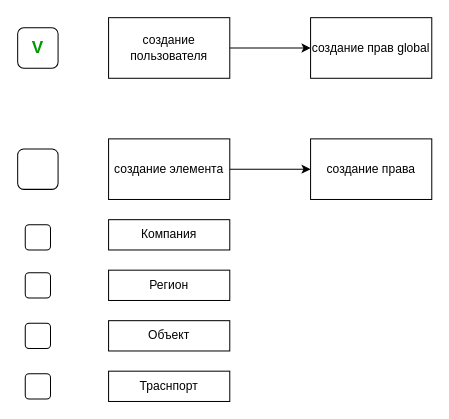
GrigoryGriko/astro_checklist keeps this draw.io diagram as Управление правами.drawio. Above is the earlier version. Source tidied: cells renumbered, new cells numbered last; positions are measured from the earlier drawing's top-left corner, leaving out a move shared by most shapes. Both pictures are drawn from the tidied source at 101%, with x=0, y=0 at pixel (17, 17).
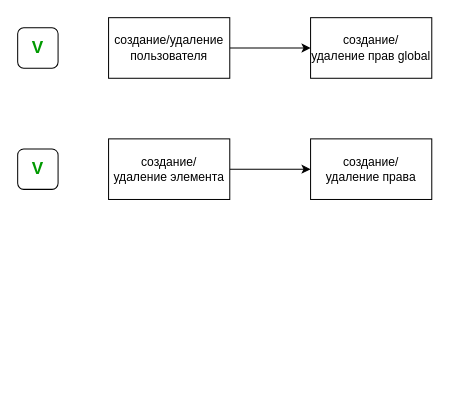
After the change.

Diff of the diagram source:
```diff
@@
 <mxGraphModel>
   <root>
     <mxCell id="0" />
     <mxCell id="1" parent="0" />
     <mxCell id="2" style="edgeStyle=orthogonalEdgeStyle;rounded=0;jettySize=auto;html=1;" parent="1" edge="1" source="3" target="4">
       <mxGeometry relative="1" as="geometry" />
     </mxCell>
-    <mxCell id="3" value="создание пользователя" style="whiteSpace=wrap;html=1;rounded=0;" parent="1" vertex="1">
+    <mxCell id="3" value="создание/удаление пользователя" style="whiteSpace=wrap;html=1;rounded=0;" parent="1" vertex="1">
       <mxGeometry x="90" width="120" height="60" as="geometry" />
     </mxCell>
-    <mxCell id="4" value="создание прав global" style="whiteSpace=wrap;html=1;rounded=0;" parent="1" vertex="1">
+    <mxCell id="4" value="создание/удаление&amp;nbsp;прав global" style="whiteSpace=wrap;html=1;rounded=0;" parent="1" vertex="1">
       <mxGeometry x="290" width="120" height="60" as="geometry" />
     </mxCell>
     <mxCell id="5" style="edgeStyle=orthogonalEdgeStyle;rounded=0;jettySize=auto;html=1;" parent="1" edge="1" source="6" target="7">
       <mxGeometry relative="1" as="geometry" />
     </mxCell>
-    <mxCell id="6" value="создание элемента" style="rounded=0;whiteSpace=wrap;html=1;" parent="1" vertex="1">
+    <mxCell id="6" value="создание/удаление&amp;nbsp;элемента" style="rounded=0;whiteSpace=wrap;html=1;" parent="1" vertex="1">
       <mxGeometry x="90" y="120" width="120" height="60" as="geometry" />
     </mxCell>
-    <mxCell id="7" value="создание права" style="whiteSpace=wrap;html=1;rounded=0;" parent="1" vertex="1">
+    <mxCell id="7" value="создание/удаление&amp;nbsp;права" style="whiteSpace=wrap;html=1;rounded=0;" parent="1" vertex="1">
       <mxGeometry x="290" y="120" width="120" height="60" as="geometry" />
     </mxCell>
     <mxCell id="8" value="&lt;b&gt;&lt;font color=&quot;#009900&quot; style=&quot;font-size: 17px;&quot;&gt;V&lt;/font&gt;&lt;/b&gt;" style="rounded=1;whiteSpace=wrap;html=1;" parent="1" vertex="1">
       <mxGeometry y="10" width="40" height="40" as="geometry" />
     </mxCell>
-    <mxCell id="9" style="rounded=1;whiteSpace=wrap;html=1;" parent="1" vertex="1">
+    <mxCell id="9" value="&lt;b&gt;&lt;font style=&quot;font-size: 17px;&quot; color=&quot;#009900&quot;&gt;V&lt;/font&gt;&lt;/b&gt;" style="rounded=1;whiteSpace=wrap;html=1;" parent="1" vertex="1">
       <mxGeometry y="130" width="40" height="40" as="geometry" />
     </mxCell>
-    <mxCell id="10" value="Компания" style="rounded=0;whiteSpace=wrap;html=1;" parent="1" vertex="1">
-      <mxGeometry x="90" y="200" width="120" height="30" as="geometry" />
-    </mxCell>
-    <mxCell id="11" value="Регион" style="rounded=0;whiteSpace=wrap;html=1;" parent="1" vertex="1">
-      <mxGeometry x="90" y="250" width="120" height="30" as="geometry" />
-    </mxCell>
-    <mxCell id="12" value="Объект" style="rounded=0;whiteSpace=wrap;html=1;" parent="1" vertex="1">
-      <mxGeometry x="90" y="300" width="120" height="30" as="geometry" />
-    </mxCell>
-    <mxCell id="13" value="Траснпорт" style="rounded=0;whiteSpace=wrap;html=1;" parent="1" vertex="1">
-      <mxGeometry x="90" y="350" width="120" height="30" as="geometry" />
-    </mxCell>
-    <mxCell id="14" style="rounded=1;whiteSpace=wrap;html=1;" parent="1" vertex="1">
-      <mxGeometry x="7.5" y="205" width="25" height="25" as="geometry" />
-    </mxCell>
-    <mxCell id="15" style="rounded=1;whiteSpace=wrap;html=1;" parent="1" vertex="1">
-      <mxGeometry x="7.5" y="252.5" width="25" height="25" as="geometry" />
-    </mxCell>
-    <mxCell id="16" style="rounded=1;whiteSpace=wrap;html=1;" parent="1" vertex="1">
-      <mxGeometry x="7.5" y="302.5" width="25" height="25" as="geometry" />
-    </mxCell>
-    <mxCell id="17" style="rounded=1;whiteSpace=wrap;html=1;" parent="1" vertex="1">
-      <mxGeometry x="7.5" y="352.5" width="25" height="25" as="geometry" />
-    </mxCell>
   </root>
 </mxGraphModel>
```
